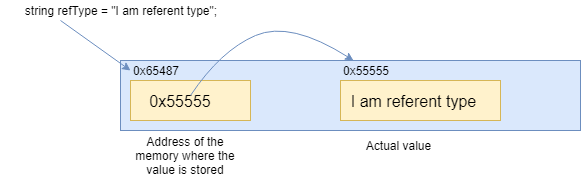
Above: Pictures/05-ReferenceType.png in MarinkoSpasojevic/c--basics (draw.io), before the change. Source tidied: cells renumbered, new cells last; positions are measured from the earlier drawing's top-left corner, leaving out a move shared by most shapes.
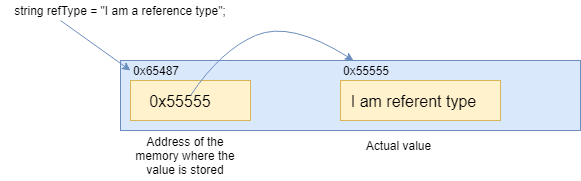
The same file after the commit.

Commit message:
Changes in blog word file

Diff of the diagram source:
```diff
@@ -2,7 +2,7 @@
   <root>
     <mxCell id="0" />
     <mxCell id="1" parent="0" />
-    <mxCell id="2" value="string refType = &quot;I am referent type&quot;;" style="text;html=1;strokeColor=none;fillColor=none;align=center;verticalAlign=middle;whiteSpace=wrap;rounded=0;" parent="1" vertex="1">
+    <mxCell id="2" value="string refType = &quot;I am a reference type&quot;;" style="text;html=1;strokeColor=none;fillColor=none;align=center;verticalAlign=middle;whiteSpace=wrap;rounded=0;" parent="1" vertex="1">
       <mxGeometry width="240" height="20" as="geometry" />
     </mxCell>
     <mxCell id="3" style="rounded=0;whiteSpace=wrap;html=1;fillColor=#dae8fc;strokeColor=#6c8ebf;" parent="1" vertex="1">
```
